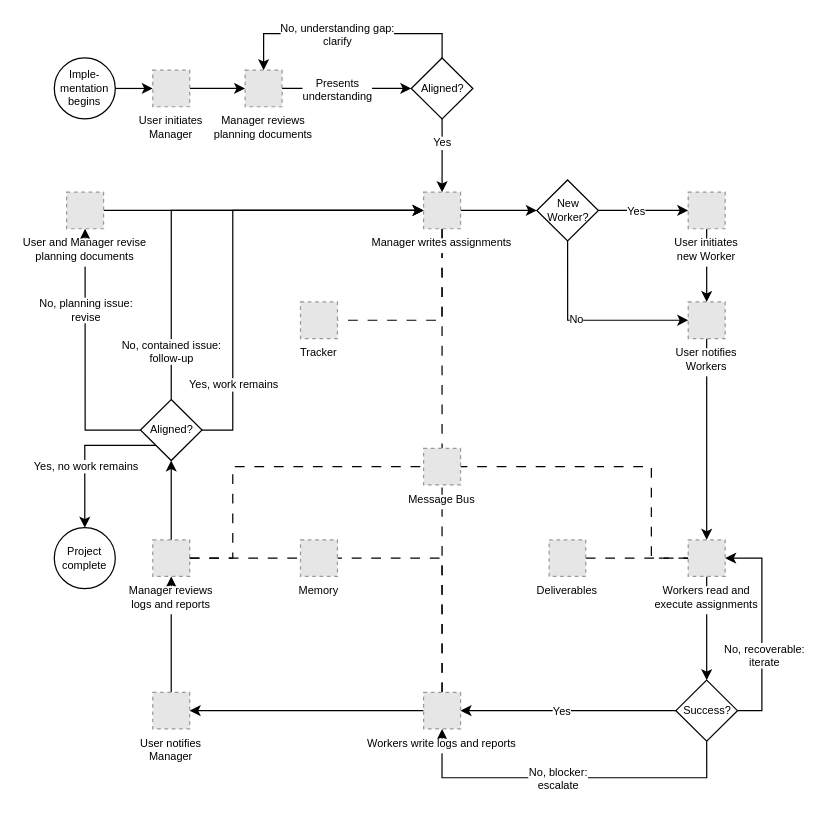
Above: diagrams/framework-design/implementation-phase-overview.drawio in sdi2200262/bsc-apm-thesis (draw.io), before the change. Source tidied: cells renumbered, new cells numbered last; positions are measured from the earlier drawing's top-left corner, leaving out a move shared by most shapes. Both pictures are drawn from the tidied source at 122%, with x=0, y=0 at pixel (54, 57). Pictures stored in the file or linked from it are replaced by grey dashed boxes.
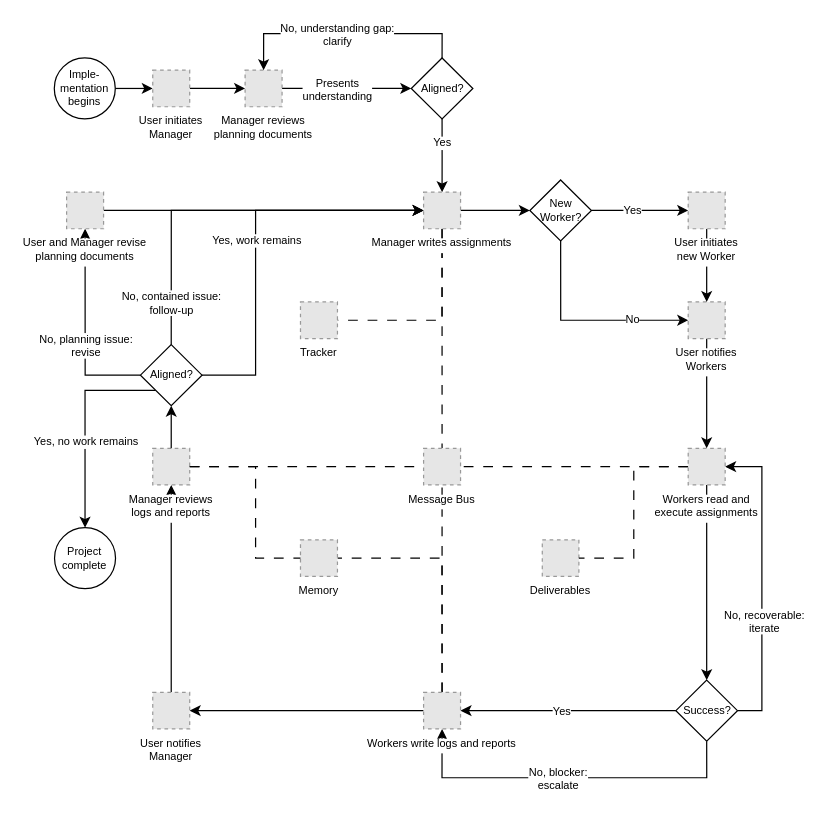
After the change.

Commit message (it also covers changes not shown here):
chore: unify diagram label sizing and re-space implementation phase

The change refers to these unchanged cells:
```xml
<mxCell id="20" value="Memory" style="fillColor=#E6E6E6;strokeColor=#999999;dashed=1;verticalLabelPosition=bottom;labelBackgroundColor=default;verticalAlign=top;fontSize=9;" parent="2" vertex="1">
  <mxGeometry x="201.8" y="395" width="30.3" height="30" as="geometry" />
</mxCell>
<mxCell id="30" style="rounded=0;jettySize=auto;html=1;exitX=0.5;exitY=0;exitDx=0;exitDy=0;entryX=0;entryY=0.5;entryDx=0;entryDy=0;fontSize=9;edgeStyle=orthogonalEdgeStyle;" parent="2" edge="1" source="53" target="47">
  <mxGeometry relative="1" as="geometry" />
</mxCell>
<mxCell id="47" value="Manager writes assignments" style="fillColor=#E6E6E6;strokeColor=#999999;dashed=1;verticalLabelPosition=bottom;labelBackgroundColor=default;verticalAlign=top;fontSize=9;" parent="2" vertex="1">
  <mxGeometry x="302.7" y="110" width="30.3" height="30" as="geometry" />
</mxCell>
<mxCell id="48" value="User notifies&#10;Workers" style="fillColor=#E6E6E6;strokeColor=#999999;dashed=1;verticalLabelPosition=bottom;labelBackgroundColor=default;verticalAlign=top;fontSize=9;" parent="2" vertex="1">
  <mxGeometry x="519.6" y="200" width="30.3" height="30" as="geometry" />
</mxCell>
<mxCell id="55" style="edgeStyle=orthogonalEdgeStyle;rounded=0;jettySize=auto;html=1;exitX=1;exitY=0.5;exitDx=0;exitDy=0;entryX=0;entryY=0.5;entryDx=0;entryDy=0;fontSize=9;" parent="2" edge="1" source="57" target="59">
  <mxGeometry relative="1" as="geometry" />
</mxCell>
<mxCell id="61" value="User and Manager revise&#10;planning documents" style="fillColor=#E6E6E6;strokeColor=#999999;dashed=1;verticalLabelPosition=bottom;labelBackgroundColor=default;verticalAlign=top;fontSize=9;" parent="2" vertex="1">
  <mxGeometry x="10.1" y="110" width="30.3" height="30" as="geometry" />
</mxCell>
<mxCell id="62" value="Message Bus" style="fillColor=#E6E6E6;strokeColor=#999999;dashed=1;verticalLabelPosition=bottom;labelBackgroundColor=default;verticalAlign=top;fontSize=9;" parent="2" vertex="1">
  <mxGeometry x="302.7" y="320" width="30.3" height="30" as="geometry" />
</mxCell>
<mxCell id="63" value="Tracker" style="fillColor=#E6E6E6;strokeColor=#999999;dashed=1;verticalLabelPosition=bottom;labelBackgroundColor=default;verticalAlign=top;fontSize=9;" parent="2" vertex="1">
  <mxGeometry x="201.8" y="200" width="30.3" height="30" as="geometry" />
</mxCell>
```

The edit, as a diff of the source:
```diff
@@
-    <mxCell id="2" style="group;" parent="1" vertex="1">
+    <mxCell id="2" style="group;fontSize=9;" parent="1" vertex="1">
       <mxGeometry width="560" height="590" as="geometry" />
     </mxCell>
@@
     <mxCell id="17" value="Project&#10;complete" style="ellipse;whiteSpace=wrap;html=1;shapeInside=1;fontSize=9;" parent="2" vertex="1">
-      <mxGeometry y="385" width="50" height="50" as="geometry" />
+      <mxGeometry x="0.2" y="385" width="50" height="50" as="geometry" />
     </mxCell>
-    <mxCell id="18" style="edgeStyle=orthogonalEdgeStyle;rounded=0;jettySize=auto;html=1;exitX=1;exitY=0.5;exitDx=0;exitDy=0;entryX=0;entryY=0.5;entryDx=0;entryDy=0;startArrow=none;startFill=0;dashed=1;dashPattern=8 8;endArrow=none;endFill=0;" parent="2" edge="1" source="19" target="22">
-      <mxGeometry relative="1" as="geometry" />
-    </mxCell>
     <mxCell id="19" value="Deliverables" style="fillColor=#E6E6E6;strokeColor=#999999;dashed=1;verticalLabelPosition=bottom;labelBackgroundColor=default;verticalAlign=top;fontSize=9;" parent="2" vertex="1">
-      <mxGeometry x="405.6" y="395" width="30" height="30" as="geometry" />
+      <mxGeometry x="400" y="395" width="30" height="30" as="geometry" />
     </mxCell>
@@
-    <mxCell id="21" style="edgeStyle=orthogonalEdgeStyle;rounded=0;jettySize=auto;html=1;exitX=0;exitY=0.5;exitDx=0;exitDy=0;entryX=1;entryY=0.5;entryDx=0;entryDy=0;startArrow=none;startFill=0;dashed=1;dashPattern=8 8;endArrow=none;endFill=0;" parent="2" edge="1" source="22" target="62">
-      <mxGeometry relative="1" as="geometry">
-        <Array as="points">
-          <mxPoint x="489.4" y="410" />
-          <mxPoint x="489.4" y="335" />
-        </Array>
-      </mxGeometry>
+    <mxCell id="21" style="edgeStyle=orthogonalEdgeStyle;rounded=0;jettySize=auto;html=1;exitX=0;exitY=0.5;exitDx=0;exitDy=0;entryX=1;entryY=0.5;entryDx=0;entryDy=0;startArrow=none;startFill=0;dashed=1;dashPattern=8 8;endArrow=none;endFill=0;fontSize=9;" parent="2" edge="1" source="22" target="62">
+      <mxGeometry relative="1" as="geometry" />
     </mxCell>
+    <mxCell id="64" style="edgeStyle=orthogonalEdgeStyle;rounded=0;jettySize=auto;html=1;exitX=0;exitY=0.5;exitDx=0;exitDy=0;entryX=1;entryY=0.5;entryDx=0;entryDy=0;startArrow=none;startFill=0;endArrow=none;endFill=0;dashed=1;dashPattern=8 8;fontSize=9;" parent="2" edge="1" source="22" target="19">
+      <mxGeometry relative="1" as="geometry">
+        <Array as="points">
+          <mxPoint x="475" y="335" />
+          <mxPoint x="475" y="410" />
+        </Array>
+      </mxGeometry>
+    </mxCell>
     <mxCell id="22" value="Workers read and&#10;execute assignments" style="fillColor=#E6E6E6;strokeColor=#999999;dashed=1;verticalLabelPosition=bottom;labelBackgroundColor=default;verticalAlign=top;fontSize=9;" parent="2" vertex="1">
-      <mxGeometry x="519.6" y="395" width="30.3" height="30" as="geometry" />
+      <mxGeometry x="519.6" y="320" width="30.3" height="30" as="geometry" />
     </mxCell>
     <mxCell id="23" value="Manager reviews&#10;logs and reports" style="fillColor=#E6E6E6;strokeColor=#999999;dashed=1;verticalLabelPosition=bottom;labelBackgroundColor=default;verticalAlign=top;fontSize=9;" parent="2" vertex="1">
-      <mxGeometry x="80.7" y="395" width="30.3" height="30" as="geometry" />
+      <mxGeometry x="80.7" y="320" width="30.3" height="30" as="geometry" />
     </mxCell>
-    <mxCell id="24" style="edgeStyle=orthogonalEdgeStyle;rounded=0;jettySize=auto;html=1;exitX=1;exitY=0.5;exitDx=0;exitDy=0;entryX=0;entryY=0.5;entryDx=0;entryDy=0;dashed=1;dashPattern=8 8;startArrow=none;startFill=0;endArrow=none;endFill=0;" parent="2" edge="1" source="23" target="20">
+    <mxCell id="24" style="edgeStyle=orthogonalEdgeStyle;rounded=0;jettySize=auto;html=1;exitX=1;exitY=0.5;exitDx=0;exitDy=0;entryX=0;entryY=0.5;entryDx=0;entryDy=0;dashed=1;dashPattern=8 8;startArrow=none;startFill=0;endArrow=none;endFill=0;fontSize=9;" parent="2" edge="1" source="23" target="20">
       <mxGeometry relative="1" as="geometry">
         <Array as="points">
-          <mxPoint x="176.6" y="410" />
-          <mxPoint x="176.6" y="410" />
+          <mxPoint x="165" y="335" />
+          <mxPoint x="165" y="410" />
         </Array>
       </mxGeometry>
     </mxCell>
@@
-    <mxCell id="26" style="rounded=0;jettySize=auto;html=1;exitX=0;exitY=1;exitDx=0;exitDy=0;entryX=0.5;entryY=0;entryDx=0;entryDy=0;strokeColor=default;edgeStyle=orthogonalEdgeStyle;curved=0;fontSize=9;" parent="2" edge="1" source="53" target="17">
-      <mxGeometry relative="1" as="geometry">
-        <Array as="points">
-          <mxPoint x="25.2" y="317.5" />
-        </Array>
-      </mxGeometry>
+    <mxCell id="26" style="rounded=0;jettySize=auto;html=1;exitX=0;exitY=1;exitDx=0;exitDy=0;entryX=0.5;entryY=0;entryDx=0;entryDy=0;strokeColor=default;edgeStyle=orthogonalEdgeStyle;fontSize=9;" parent="2" edge="1" source="53" target="17">
+      <mxGeometry relative="1" as="geometry" />
     </mxCell>
     <mxCell id="27" value="Yes, no work remains" style="edgeLabel;html=1;align=center;verticalAlign=middle;fontSize=9;" parent="26" vertex="1">
       <mxGeometry x="-0.07" y="2" relative="1" as="geometry">
-        <mxPoint x="-2" y="17" as="offset" />
+        <mxPoint x="-2" y="21" as="offset" />
       </mxGeometry>
     </mxCell>
@@
-    <mxCell id="29" style="edgeStyle=orthogonalEdgeStyle;rounded=0;jettySize=auto;html=1;exitX=1;exitY=0.5;exitDx=0;exitDy=0;entryX=0;entryY=0.5;entryDx=0;entryDy=0;startArrow=none;startFill=0;dashed=1;dashPattern=8 8;endArrow=none;endFill=0;" parent="2" edge="1" source="23" target="62">
-      <mxGeometry relative="1" as="geometry">
-        <Array as="points">
-          <mxPoint x="146.3" y="410" />
-          <mxPoint x="146.3" y="335" />
-        </Array>
-      </mxGeometry>
+    <mxCell id="29" style="edgeStyle=orthogonalEdgeStyle;rounded=0;jettySize=auto;html=1;exitX=1;exitY=0.5;exitDx=0;exitDy=0;entryX=0;entryY=0.5;entryDx=0;entryDy=0;startArrow=none;startFill=0;dashed=1;dashPattern=8 8;endArrow=none;endFill=0;fontSize=9;" parent="2" edge="1" source="23" target="62">
+      <mxGeometry relative="1" as="geometry" />
     </mxCell>
@@
     <mxCell id="31" value="No, contained issue:&lt;div&gt;follow-up&lt;/div&gt;" style="edgeLabel;html=1;align=center;verticalAlign=middle;fontSize=9;" parent="30" vertex="1">
       <mxGeometry x="-0.6" relative="1" as="geometry">
-        <mxPoint y="32" as="offset" />
+        <mxPoint y="28" as="offset" />
       </mxGeometry>
     </mxCell>
@@
-    <mxCell id="46" style="edgeStyle=orthogonalEdgeStyle;rounded=0;jettySize=auto;html=1;exitX=0.5;exitY=1;exitDx=0;exitDy=0;entryX=1;entryY=0.5;entryDx=0;entryDy=0;startArrow=none;startFill=0;dashed=1;dashPattern=8 8;endArrow=none;endFill=0;" parent="2" edge="1" source="47" target="63">
+    <mxCell id="46" style="edgeStyle=orthogonalEdgeStyle;rounded=0;jettySize=auto;html=1;exitX=0.5;exitY=1;exitDx=0;exitDy=0;entryX=1;entryY=0.5;entryDx=0;entryDy=0;startArrow=none;startFill=0;dashed=1;dashPattern=8 8;endArrow=none;endFill=0;fontSize=9;" parent="2" edge="1" source="47" target="63">
       <mxGeometry relative="1" as="geometry" />
     </mxCell>
@@
-    <mxCell id="49" style="edgeStyle=orthogonalEdgeStyle;rounded=0;jettySize=auto;html=1;exitX=1;exitY=0.5;exitDx=0;exitDy=0;entryX=0;entryY=0.5;entryDx=0;entryDy=0;fontSize=9;curved=0;" parent="2" edge="1" source="53" target="47">
+    <mxCell id="49" style="edgeStyle=orthogonalEdgeStyle;rounded=0;jettySize=auto;html=1;exitX=1;exitY=0.5;exitDx=0;exitDy=0;entryX=0;entryY=0.5;entryDx=0;entryDy=0;fontSize=9;" parent="2" edge="1" source="53" target="47">
       <mxGeometry relative="1" as="geometry">
         <Array as="points">
-          <mxPoint x="146.3" y="305" />
-          <mxPoint x="146.3" y="125" />
+          <mxPoint x="165" y="260" />
+          <mxPoint x="165" y="125" />
         </Array>
       </mxGeometry>
     </mxCell>
     <mxCell id="50" value="Yes, work remains" style="edgeLabel;html=1;align=center;verticalAlign=middle;fontSize=9;" parent="49" vertex="1">
       <mxGeometry x="-0.16" y="-2" relative="1" as="geometry">
-        <mxPoint x="-2" y="89" as="offset" />
+        <mxPoint x="-2" y="-21" as="offset" />
       </mxGeometry>
     </mxCell>
-    <mxCell id="51" style="edgeStyle=orthogonalEdgeStyle;rounded=0;jettySize=auto;html=1;exitX=0;exitY=0.5;exitDx=0;exitDy=0;entryX=0.5;entryY=1;entryDx=0;entryDy=0;curved=0;fontSize=9;" parent="2" edge="1" source="53" target="61">
-      <mxGeometry relative="1" as="geometry">
-        <Array as="points">
-          <mxPoint x="25.2" y="305" />
-        </Array>
-      </mxGeometry>
+    <mxCell id="51" style="edgeStyle=orthogonalEdgeStyle;rounded=0;jettySize=auto;html=1;exitX=0;exitY=0.5;exitDx=0;exitDy=0;entryX=0.5;entryY=1;entryDx=0;entryDy=0;fontSize=9;" parent="2" edge="1" source="53" target="61">
+      <mxGeometry relative="1" as="geometry" />
     </mxCell>
     <mxCell id="52" value="No, planning issue:&lt;div&gt;revise&lt;/div&gt;" style="edgeLabel;html=1;align=center;verticalAlign=middle;fontSize=9;" parent="51" vertex="1">
       <mxGeometry x="-0.23" y="2" relative="1" as="geometry">
-        <mxPoint x="2" y="-63" as="offset" />
+        <mxPoint x="2" y="-6" as="offset" />
       </mxGeometry>
     </mxCell>
     <mxCell id="53" value="Aligned?" style="rhombus;whiteSpace=wrap;html=1;shapeInside=1;fontSize=9;" parent="2" vertex="1">
-      <mxGeometry x="70.6" y="280" width="50.5" height="50" as="geometry" />
+      <mxGeometry x="70.6" y="235" width="50.5" height="50" as="geometry" />
     </mxCell>
     <mxCell id="54" value="No" style="edgeStyle=orthogonalEdgeStyle;rounded=0;jettySize=auto;html=1;exitX=0.5;exitY=1;exitDx=0;exitDy=0;entryX=0;entryY=0.5;entryDx=0;entryDy=0;fontSize=9;" parent="2" edge="1" source="57" target="48">
-      <mxGeometry x="-0.12" relative="1" as="geometry">
-        <Array as="points">
-          <mxPoint x="420.8" y="215" />
-        </Array>
-      </mxGeometry>
+      <mxGeometry x="0.46" relative="1" as="geometry" />
     </mxCell>
@@
-    <mxCell id="56" value="&lt;font style=&quot;font-size: 9px;&quot;&gt;Yes&lt;/font&gt;" style="edgeLabel;html=1;align=center;verticalAlign=middle;" parent="55" vertex="1">
+    <mxCell id="56" value="&lt;font&gt;Yes&lt;/font&gt;" style="edgeLabel;html=1;align=center;verticalAlign=middle;fontSize=9;" parent="55" vertex="1">
       <mxGeometry x="-0.18" y="1" relative="1" as="geometry" />
     </mxCell>
     <mxCell id="57" value="New Worker?" style="rhombus;whiteSpace=wrap;html=1;shapeInside=1;fontSize=9;" parent="2" vertex="1">
-      <mxGeometry x="395.5" y="100" width="50.5" height="50" as="geometry" />
+      <mxGeometry x="389.8" y="100" width="50.5" height="50" as="geometry" />
     </mxCell>
```
